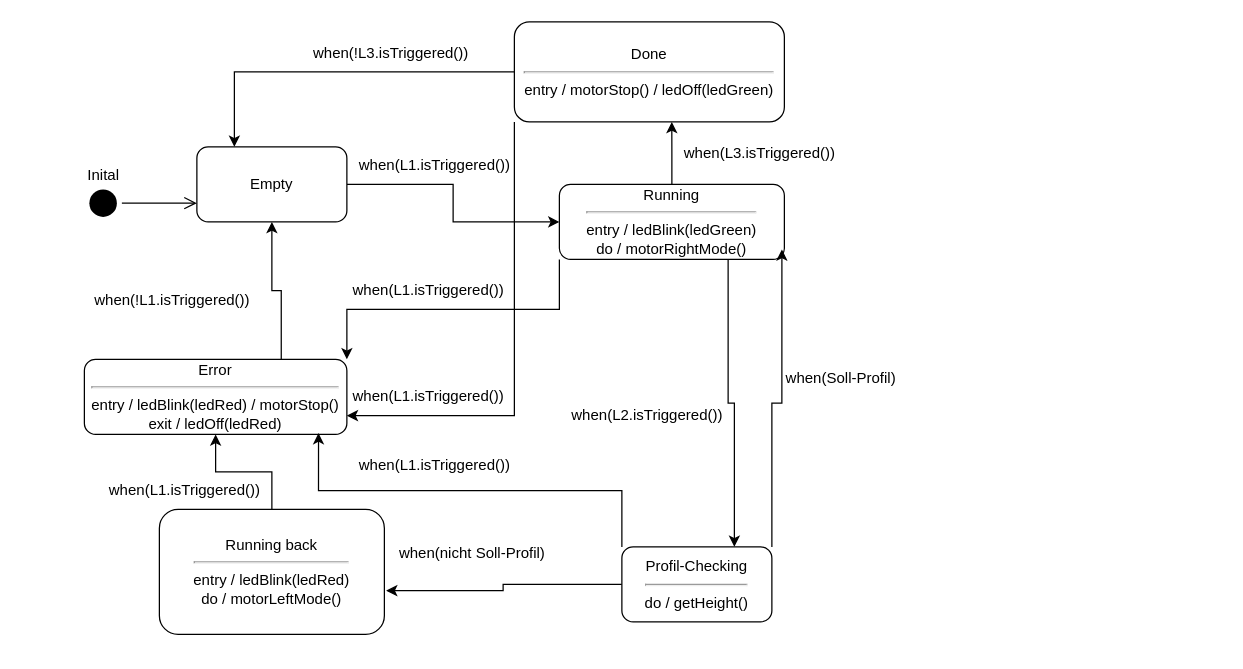
Above: Unbenanntes Diagramm.drawio in avvocato-sudo/GdP2 (draw.io), before the change. Source tidied: cells renumbered, new cells numbered last; positions are measured from the earlier drawing's top-left corner, leaving out a move shared by most shapes. Both pictures are drawn from the tidied source at 125%, with x=0, y=0 at pixel (71, 21).
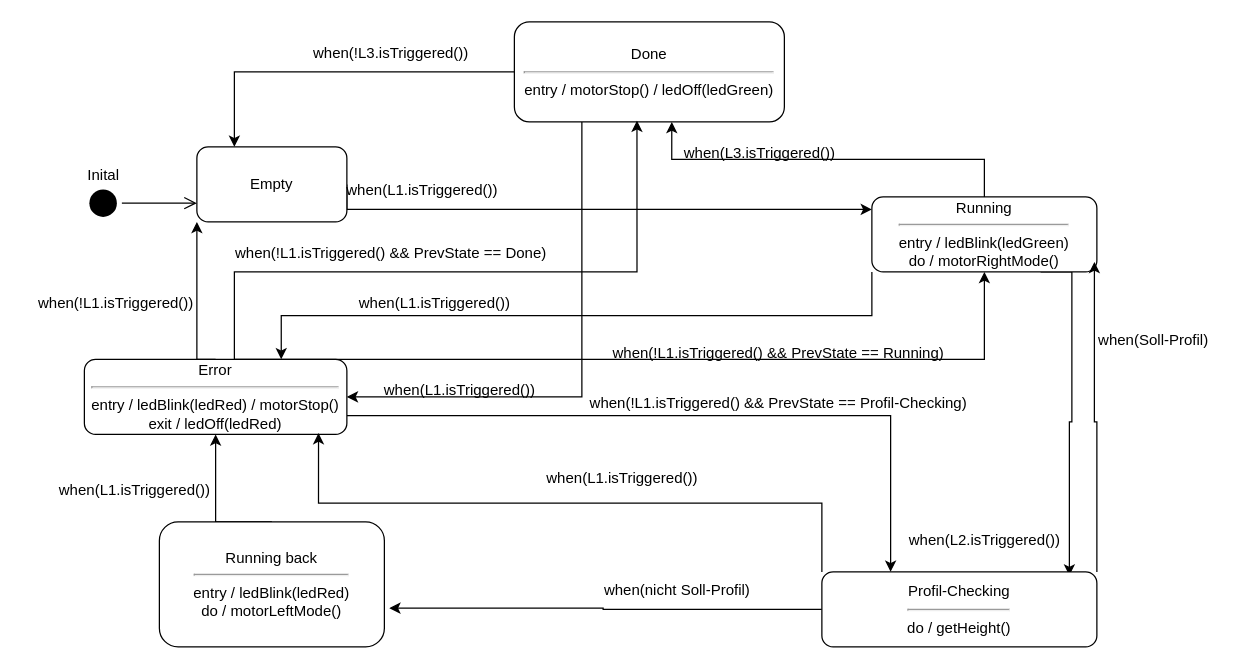
The same diagram, later.

The change refers to these unchanged cells:
```xml
<mxCell id="3" value="Empty" style="rounded=1;whiteSpace=wrap;html=1;" parent="1" vertex="1">
  <mxGeometry x="100" y="100" width="120" height="60" as="geometry" />
</mxCell>
<mxCell id="19" value="Done&lt;hr&gt;entry / motorStop() / ledOff(ledGreen)" style="rounded=1;whiteSpace=wrap;html=1;" parent="1" vertex="1">
  <mxGeometry x="354" width="216" height="80" as="geometry" />
</mxCell>
<mxCell id="23" value="Error&lt;hr&gt;entry / ledBlink(ledRed) / motorStop()&lt;br&gt;exit / ledOff(ledRed)" style="rounded=1;whiteSpace=wrap;html=1;" parent="1" vertex="1">
  <mxGeometry x="10" y="270" width="210" height="60" as="geometry" />
</mxCell>
```

What changed in the source:
```diff
@@
     <mxCell id="2" style="edgeStyle=orthogonalEdgeStyle;rounded=0;jettySize=auto;html=1;exitX=1;exitY=0.5;exitDx=0;exitDy=0;" parent="1" edge="1" source="3" target="7">
-      <mxGeometry relative="1" as="geometry" />
+      <mxGeometry relative="1" as="geometry">
+        <Array as="points">
+          <mxPoint x="220" y="150" />
+        </Array>
+      </mxGeometry>
     </mxCell>
@@
+    <mxCell id="6" style="edgeStyle=orthogonalEdgeStyle;rounded=0;jettySize=auto;html=1;exitX=0.75;exitY=1;exitDx=0;exitDy=0;entryX=0.9;entryY=0.05;entryDx=0;entryDy=0;entryPerimeter=0;" parent="1" edge="1" source="7" target="10">
+      <mxGeometry relative="1" as="geometry">
+        <Array as="points">
+          <mxPoint x="800" y="200" />
+          <mxPoint x="800" y="320" />
+          <mxPoint x="798" y="320" />
+        </Array>
+      </mxGeometry>
+    </mxCell>
-    <mxCell id="5" style="edgeStyle=orthogonalEdgeStyle;rounded=0;jettySize=auto;html=1;exitX=0;exitY=1;exitDx=0;exitDy=0;entryX=1;entryY=0;entryDx=0;entryDy=0;" parent="1" edge="1" source="7" target="23">
+    <mxCell id="5" style="edgeStyle=orthogonalEdgeStyle;rounded=0;jettySize=auto;html=1;exitX=0;exitY=1;exitDx=0;exitDy=0;entryX=0.75;entryY=0;entryDx=0;entryDy=0;" parent="1" edge="1" source="7" target="23">
       <mxGeometry relative="1" as="geometry" />
     </mxCell>
-    <mxCell id="6" style="edgeStyle=orthogonalEdgeStyle;rounded=0;jettySize=auto;html=1;exitX=0.75;exitY=1;exitDx=0;exitDy=0;entryX=0.75;entryY=0;entryDx=0;entryDy=0;" parent="1" edge="1" source="7" target="10">
-      <mxGeometry relative="1" as="geometry" />
-    </mxCell>
     <mxCell id="7" value="Running&lt;hr&gt;entry / ledBlink(ledGreen)&lt;br&gt;do / motorRightMode()" style="rounded=1;whiteSpace=wrap;html=1;" parent="1" vertex="1">
-      <mxGeometry x="390" y="130" width="180" height="60" as="geometry" />
+      <mxGeometry x="640" y="140" width="180" height="60" as="geometry" />
     </mxCell>
+    <mxCell id="9" style="edgeStyle=orthogonalEdgeStyle;rounded=0;jettySize=auto;html=1;exitX=1;exitY=0;exitDx=0;exitDy=0;entryX=0.989;entryY=0.867;entryDx=0;entryDy=0;entryPerimeter=0;" parent="1" edge="1" source="10" target="7">
+      <mxGeometry relative="1" as="geometry" />
+    </mxCell>
-    <mxCell id="8" style="edgeStyle=orthogonalEdgeStyle;rounded=0;jettySize=auto;html=1;exitX=0;exitY=0.5;exitDx=0;exitDy=0;entryX=1.008;entryY=0.65;entryDx=0;entryDy=0;entryPerimeter=0;" parent="1" edge="1" source="10" target="12">
+    <mxCell id="8" style="edgeStyle=orthogonalEdgeStyle;rounded=0;jettySize=auto;html=1;exitX=0;exitY=0.5;exitDx=0;exitDy=0;entryX=1.022;entryY=0.69;entryDx=0;entryDy=0;entryPerimeter=0;" parent="1" edge="1" source="10" target="12">
       <mxGeometry relative="1" as="geometry" />
     </mxCell>
-    <mxCell id="9" style="edgeStyle=orthogonalEdgeStyle;rounded=0;jettySize=auto;html=1;exitX=1;exitY=0;exitDx=0;exitDy=0;entryX=0.989;entryY=0.867;entryDx=0;entryDy=0;entryPerimeter=0;" parent="1" edge="1" source="10" target="7">
-      <mxGeometry relative="1" as="geometry" />
-    </mxCell>
     <mxCell id="10" value="Profil-Checking&lt;hr&gt;do / getHeight()" style="rounded=1;whiteSpace=wrap;html=1;" parent="1" vertex="1">
-      <mxGeometry x="440" y="420" width="120" height="60" as="geometry" />
+      <mxGeometry x="600" y="440" width="220" height="60" as="geometry" />
     </mxCell>
     <mxCell id="11" style="edgeStyle=orthogonalEdgeStyle;rounded=0;jettySize=auto;html=1;exitX=0.5;exitY=0;exitDx=0;exitDy=0;entryX=0.5;entryY=1;entryDx=0;entryDy=0;" parent="1" edge="1" source="12" target="23">
-      <mxGeometry relative="1" as="geometry" />
+      <mxGeometry relative="1" as="geometry">
+        <Array as="points">
+          <mxPoint x="115" y="400" />
+        </Array>
+      </mxGeometry>
     </mxCell>
     <mxCell id="12" value="Running back&lt;hr&gt;entry / ledBlink(ledRed)&lt;br&gt;do / motorLeftMode()" style="rounded=1;whiteSpace=wrap;html=1;" parent="1" vertex="1">
-      <mxGeometry x="70" y="390" width="180" height="100" as="geometry" />
+      <mxGeometry x="70" y="400" width="180" height="100" as="geometry" />
     </mxCell>
-    <mxCell id="13" value="when(nicht Soll-Profil)" style="text;html=1;align=center;verticalAlign=middle;strokeColor=none;fillColor=none;" parent="1" vertex="1">
-      <mxGeometry x="250" y="410" width="140" height="30" as="geometry" />
-    </mxCell>
     <mxCell id="14" value="when(Soll-Profil)" style="text;html=1;align=center;verticalAlign=middle;strokeColor=none;fillColor=none;" parent="1" vertex="1">
-      <mxGeometry x="560" y="270" width="110" height="30" as="geometry" />
+      <mxGeometry x="810" y="240" width="110" height="30" as="geometry" />
     </mxCell>
     <mxCell id="15" value="when(L1.isTriggered())" style="text;html=1;align=center;verticalAlign=middle;strokeColor=none;fillColor=none;" parent="1" vertex="1">
-      <mxGeometry x="220" y="100" width="140" height="30" as="geometry" />
+      <mxGeometry x="210" y="120" width="140" height="30" as="geometry" />
     </mxCell>
     <mxCell id="16" value="when(L2.isTriggered())" style="text;html=1;align=center;verticalAlign=middle;strokeColor=none;fillColor=none;" parent="1" vertex="1">
-      <mxGeometry x="390" y="300" width="140" height="30" as="geometry" />
+      <mxGeometry x="660" y="400" width="140" height="30" as="geometry" />
     </mxCell>
@@
-    <mxCell id="18" style="edgeStyle=orthogonalEdgeStyle;rounded=0;jettySize=auto;html=1;exitX=0;exitY=1;exitDx=0;exitDy=0;entryX=1;entryY=0.75;entryDx=0;entryDy=0;" parent="1" edge="1" source="19" target="23">
+    <mxCell id="18" style="edgeStyle=orthogonalEdgeStyle;rounded=0;jettySize=auto;html=1;exitX=0.25;exitY=1;exitDx=0;exitDy=0;entryX=1;entryY=0.5;entryDx=0;entryDy=0;" parent="1" edge="1" source="19" target="23">
       <mxGeometry relative="1" as="geometry" />
     </mxCell>
@@
+    <mxCell id="33" style="edgeStyle=orthogonalEdgeStyle;rounded=0;jettySize=auto;html=1;exitX=0.75;exitY=0;exitDx=0;exitDy=0;entryX=0.5;entryY=1;entryDx=0;entryDy=0;" parent="1" edge="1" source="23" target="7">
+      <mxGeometry relative="1" as="geometry">
+        <Array as="points">
+          <mxPoint x="730" y="270" />
+        </Array>
+      </mxGeometry>
+    </mxCell>
+    <mxCell id="34" style="edgeStyle=orthogonalEdgeStyle;rounded=0;jettySize=auto;html=1;exitX=0.75;exitY=0;exitDx=0;exitDy=0;entryX=0.454;entryY=0.988;entryDx=0;entryDy=0;entryPerimeter=0;" parent="1" edge="1" source="23" target="19">
+      <mxGeometry relative="1" as="geometry">
+        <Array as="points">
+          <mxPoint x="130" y="270" />
+          <mxPoint x="130" y="200" />
+          <mxPoint x="452" y="200" />
+        </Array>
+      </mxGeometry>
+    </mxCell>
-    <mxCell id="22" style="edgeStyle=orthogonalEdgeStyle;rounded=0;jettySize=auto;html=1;exitX=0.75;exitY=0;exitDx=0;exitDy=0;entryX=0.5;entryY=1;entryDx=0;entryDy=0;" parent="1" edge="1" source="23" target="3">
-      <mxGeometry relative="1" as="geometry" />
+    <mxCell id="22" style="edgeStyle=orthogonalEdgeStyle;rounded=0;jettySize=auto;html=1;exitX=0.5;exitY=0;exitDx=0;exitDy=0;entryX=0;entryY=1;entryDx=0;entryDy=0;" parent="1" edge="1" source="23" target="3">
+      <mxGeometry relative="1" as="geometry">
+        <Array as="points">
+          <mxPoint x="100" y="270" />
+        </Array>
+      </mxGeometry>
     </mxCell>
+    <mxCell id="35" style="edgeStyle=orthogonalEdgeStyle;rounded=0;jettySize=auto;html=1;exitX=1;exitY=0.75;exitDx=0;exitDy=0;entryX=0.25;entryY=0;entryDx=0;entryDy=0;" parent="1" edge="1" source="23" target="10">
+      <mxGeometry relative="1" as="geometry" />
+    </mxCell>
@@
     <mxCell id="24" value="when(L1.isTriggered())" style="text;html=1;align=center;verticalAlign=middle;strokeColor=none;fillColor=none;" parent="1" vertex="1">
-      <mxGeometry x="20" y="360" width="140" height="30" as="geometry" />
+      <mxGeometry x="-20" y="360" width="140" height="30" as="geometry" />
     </mxCell>
-    <mxCell id="25" value="when(!L1.isTriggered())" style="text;html=1;align=center;verticalAlign=middle;strokeColor=none;fillColor=none;" parent="1" vertex="1">
-      <mxGeometry x="5" y="208" width="150" height="30" as="geometry" />
-    </mxCell>
     <mxCell id="26" value="when(L1.isTriggered())" style="text;html=1;align=center;verticalAlign=middle;strokeColor=none;fillColor=none;" parent="1" vertex="1">
-      <mxGeometry x="215" y="200" width="140" height="30" as="geometry" />
+      <mxGeometry x="220" y="210" width="140" height="30" as="geometry" />
     </mxCell>
@@
     <mxCell id="28" value="when(L1.isTriggered())" style="text;html=1;align=center;verticalAlign=middle;strokeColor=none;fillColor=none;" parent="1" vertex="1">
-      <mxGeometry x="220" y="340" width="140" height="30" as="geometry" />
+      <mxGeometry x="370" y="350" width="140" height="30" as="geometry" />
     </mxCell>
     <mxCell id="29" value="when(L1.isTriggered())" style="text;html=1;align=center;verticalAlign=middle;strokeColor=none;fillColor=none;" parent="1" vertex="1">
-      <mxGeometry x="215" y="285" width="140" height="30" as="geometry" />
+      <mxGeometry x="240" y="280" width="140" height="30" as="geometry" />
     </mxCell>
@@
+    <mxCell id="25" value="when(!L1.isTriggered())" style="text;html=1;align=center;verticalAlign=middle;strokeColor=none;fillColor=none;" parent="1" vertex="1">
+      <mxGeometry x="-40" y="210" width="150" height="30" as="geometry" />
+    </mxCell>
+    <mxCell id="36" value="when(!L1.isTriggered() &amp;amp;&amp;amp; PrevState == Done)" style="text;html=1;align=center;verticalAlign=middle;strokeColor=none;fillColor=none;" parent="1" vertex="1">
+      <mxGeometry x="120" y="170" width="270" height="30" as="geometry" />
+    </mxCell>
+    <mxCell id="37" value="when(!L1.isTriggered() &amp;amp;&amp;amp; PrevState == Profil-Checking)" style="text;html=1;align=center;verticalAlign=middle;strokeColor=none;fillColor=none;" parent="1" vertex="1">
+      <mxGeometry x="400" y="290" width="330" height="30" as="geometry" />
+    </mxCell>
+    <mxCell id="38" value="when(!L1.isTriggered() &amp;amp;&amp;amp; PrevState == Running)" style="text;html=1;align=center;verticalAlign=middle;strokeColor=none;fillColor=none;" parent="1" vertex="1">
+      <mxGeometry x="420" y="250" width="290" height="30" as="geometry" />
+    </mxCell>
+    <mxCell id="13" value="when(nicht Soll-Profil)" style="text;html=1;align=center;verticalAlign=middle;strokeColor=none;fillColor=none;" parent="1" vertex="1">
+      <mxGeometry x="414" y="440" width="140" height="30" as="geometry" />
+    </mxCell>
```
